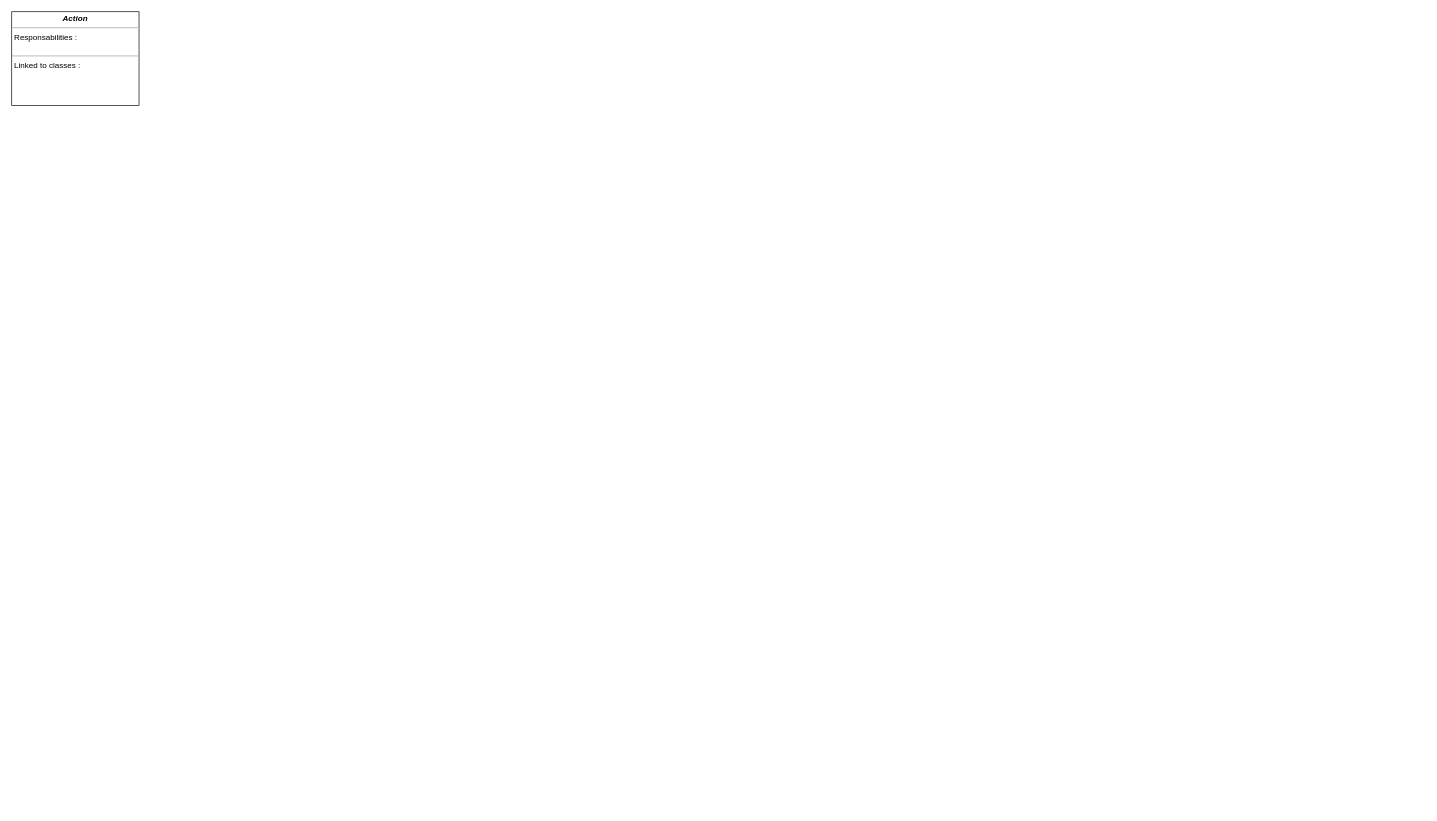
Earlier version of the draw.io diagram docs/CRC/CRC-Client.drawio (Projet-Java-ENSTA-Bretagne/Projet-Conception-Logicielle). Source tidied: cells renumbered, new cells numbered last; positions are measured from the earlier drawing's top-left corner, leaving out a move shared by most shapes. Both pictures are drawn from the tidied source at 67%, with x=0, y=0 at pixel (11, 11).
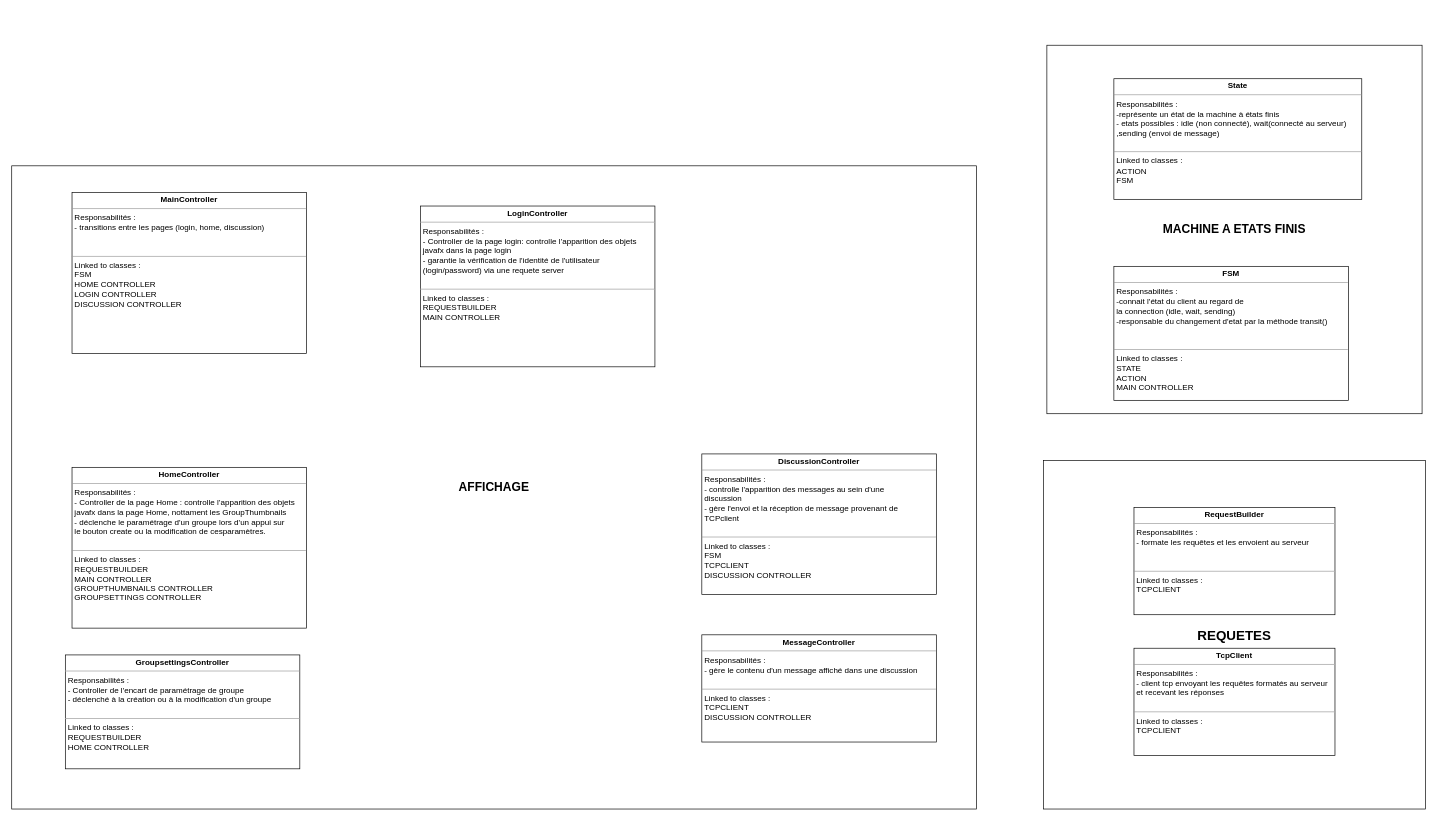
Above is the later version.

Commit message (it also covers changes not shown here):
CRC client

Diff of the diagram source:
```diff
@@
 <mxGraphModel>
   <root>
     <mxCell id="0" />
     <mxCell id="1" parent="0" />
-    <mxCell id="2" value="&lt;p style=&quot;margin: 0px ; margin-top: 4px ; text-align: center&quot;&gt;&lt;i&gt;&lt;b&gt;Action&lt;/b&gt;&lt;/i&gt;&lt;b&gt;&lt;/b&gt;&lt;/p&gt;&lt;hr size=&quot;1&quot;&gt;&lt;p style=&quot;margin: 0px ; margin-left: 4px&quot;&gt;Responsabilities : &lt;br&gt;&lt;br&gt;&lt;/p&gt;&lt;hr size=&quot;1&quot;&gt;&lt;p style=&quot;margin: 0px ; margin-left: 4px&quot;&gt;Linked to classes : &lt;br&gt;&lt;br&gt;&lt;/p&gt;" style="verticalAlign=top;align=left;overflow=fill;fontSize=12;fontFamily=Helvetica;html=1;" parent="1" vertex="1">
-      <mxGeometry width="190" height="140" as="geometry" />
-    </mxCell>
+    <mxCell id="3" value="&lt;font style=&quot;font-size: 18px&quot;&gt;&lt;b&gt;MACHINE A ETATS FINIS&lt;/b&gt;&lt;/font&gt;" style="rounded=0;whiteSpace=wrap;html=1;" parent="1" vertex="1">
+      <mxGeometry x="1545" y="50" width="560" height="550" as="geometry" />
+    </mxCell>
+    <mxCell id="4" value="&lt;b&gt;&lt;font style=&quot;font-size: 18px&quot;&gt;AFFICHAGE&lt;/font&gt;&lt;/b&gt;" style="rounded=0;whiteSpace=wrap;html=1;" parent="1" vertex="1">
+      <mxGeometry y="230" width="1440" height="960" as="geometry" />
+    </mxCell>
+    <mxCell id="5" value="&lt;b&gt;&lt;font style=&quot;font-size: 20px&quot;&gt;REQUETES&lt;/font&gt;&lt;/b&gt;" style="rounded=0;whiteSpace=wrap;html=1;" parent="1" vertex="1">
+      <mxGeometry x="1540" y="670" width="570" height="520" as="geometry" />
+    </mxCell>
+    <mxCell id="6" value="&lt;p style=&quot;margin: 0px ; margin-top: 4px ; text-align: center&quot;&gt;&lt;b&gt;FSM&lt;/b&gt;&lt;/p&gt;&lt;hr size=&quot;1&quot;&gt;&lt;p style=&quot;margin: 0px ; margin-left: 4px&quot;&gt;Responsabilités : &lt;br&gt;&lt;/p&gt;&lt;p style=&quot;margin: 0px ; margin-left: 4px&quot;&gt;-connait l'état du client au regard de &lt;br&gt;&lt;/p&gt;&lt;p style=&quot;margin: 0px ; margin-left: 4px&quot;&gt;la connection (idle, wait, sending)&lt;/p&gt;&lt;p style=&quot;margin: 0px ; margin-left: 4px&quot;&gt;-responsable du changement d'etat par la méthode transit()&lt;br&gt;&lt;/p&gt;&lt;p style=&quot;margin: 0px ; margin-left: 4px&quot;&gt;&lt;br&gt;&lt;/p&gt;&lt;p style=&quot;margin: 0px ; margin-left: 4px&quot;&gt;&lt;br&gt;&lt;/p&gt;&lt;hr size=&quot;1&quot;&gt;&lt;p style=&quot;margin: 0px ; margin-left: 4px&quot;&gt;Linked to classes : &lt;br&gt;&lt;/p&gt;&lt;p style=&quot;margin: 0px ; margin-left: 4px&quot;&gt;STATE&lt;/p&gt;&lt;p style=&quot;margin: 0px ; margin-left: 4px&quot;&gt;ACTION&lt;/p&gt;&lt;p style=&quot;margin: 0px ; margin-left: 4px&quot;&gt;MAIN CONTROLLER&lt;/p&gt;" style="verticalAlign=top;align=left;overflow=fill;fontSize=12;fontFamily=Helvetica;html=1;" parent="1" vertex="1">
+      <mxGeometry x="1645" y="380" width="350" height="200" as="geometry" />
+    </mxCell>
+    <mxCell id="7" value="&lt;p style=&quot;margin: 0px ; margin-top: 4px ; text-align: center&quot;&gt;&lt;b&gt;MainController&lt;/b&gt;&lt;br&gt;&lt;/p&gt;&lt;hr size=&quot;1&quot;&gt;&lt;p style=&quot;margin: 0px ; margin-left: 4px&quot;&gt;Responsabilités : &lt;br&gt;&lt;/p&gt;&lt;p style=&quot;margin: 0px ; margin-left: 4px&quot;&gt;- transitions entre les pages (login, home, discussion) &lt;br&gt;&lt;/p&gt;&lt;p style=&quot;margin: 0px ; margin-left: 4px&quot;&gt;&lt;br&gt;&lt;/p&gt;&lt;p style=&quot;margin: 0px ; margin-left: 4px&quot;&gt;&lt;br&gt;&lt;/p&gt;&lt;hr size=&quot;1&quot;&gt;&lt;p style=&quot;margin: 0px ; margin-left: 4px&quot;&gt;Linked to classes : &lt;br&gt;&lt;/p&gt;&lt;p style=&quot;margin: 0px ; margin-left: 4px&quot;&gt;FSM&lt;/p&gt;&lt;p style=&quot;margin: 0px ; margin-left: 4px&quot;&gt;HOME CONTROLLER&lt;br&gt;&lt;/p&gt;&lt;p style=&quot;margin: 0px ; margin-left: 4px&quot;&gt;LOGIN CONTROLLER&lt;/p&gt;&lt;p style=&quot;margin: 0px ; margin-left: 4px&quot;&gt;DISCUSSION CONTROLLER&lt;br&gt;&lt;/p&gt;" style="verticalAlign=top;align=left;overflow=fill;fontSize=12;fontFamily=Helvetica;html=1;" parent="1" vertex="1">
+      <mxGeometry x="90" y="270" width="350" height="240" as="geometry" />
+    </mxCell>
+    <mxCell id="8" value="&lt;p style=&quot;margin: 0px ; margin-top: 4px ; text-align: center&quot;&gt;&lt;b&gt;HomeController&lt;/b&gt;&lt;br&gt;&lt;/p&gt;&lt;hr size=&quot;1&quot;&gt;&lt;p style=&quot;margin: 0px ; margin-left: 4px&quot;&gt;Responsabilités : &lt;br&gt;&lt;/p&gt;&lt;p style=&quot;margin: 0px ; margin-left: 4px&quot;&gt;- Controller de la page Home : controlle l’apparition des objets &lt;br&gt;&lt;/p&gt;&lt;p style=&quot;margin: 0px ; margin-left: 4px&quot;&gt;javafx dans la page Home, nottament les GroupThumbnails&lt;/p&gt;&lt;p style=&quot;margin: 0px ; margin-left: 4px&quot;&gt;- déclenche le paramétrage d'un groupe lors d'un appui sur&lt;/p&gt;&lt;p style=&quot;margin: 0px ; margin-left: 4px&quot;&gt; le bouton create ou la modification de cesparamètres. &lt;br&gt;&lt;/p&gt;&lt;p style=&quot;margin: 0px ; margin-left: 4px&quot;&gt;&lt;br&gt;&lt;/p&gt;&lt;hr size=&quot;1&quot;&gt;&lt;p style=&quot;margin: 0px ; margin-left: 4px&quot;&gt;Linked to classes : &lt;br&gt;&lt;/p&gt;&lt;p style=&quot;margin: 0px ; margin-left: 4px&quot;&gt;REQUESTBUILDER&lt;br&gt;&lt;/p&gt;&lt;p style=&quot;margin: 0px ; margin-left: 4px&quot;&gt;MAIN CONTROLLER&lt;/p&gt;&lt;p style=&quot;margin: 0px ; margin-left: 4px&quot;&gt;GROUPTHUMBNAILS CONTROLLER&lt;/p&gt;&lt;p style=&quot;margin: 0px ; margin-left: 4px&quot;&gt;GROUPSETTINGS CONTROLLER&lt;br&gt;&lt;/p&gt;" style="verticalAlign=top;align=left;overflow=fill;fontSize=12;fontFamily=Helvetica;html=1;" parent="1" vertex="1">
+      <mxGeometry x="90" y="680" width="350" height="240" as="geometry" />
+    </mxCell>
+    <mxCell id="9" value="&lt;p style=&quot;margin: 0px ; margin-top: 4px ; text-align: center&quot;&gt;&lt;b&gt;LoginController&lt;/b&gt;&lt;br&gt;&lt;/p&gt;&lt;hr size=&quot;1&quot;&gt;&lt;p style=&quot;margin: 0px ; margin-left: 4px&quot;&gt;Responsabilités : &lt;br&gt;&lt;/p&gt;&lt;p style=&quot;margin: 0px ; margin-left: 4px&quot;&gt;- Controller de la page login: controlle l’apparition des objets &lt;br&gt;&lt;/p&gt;&lt;p style=&quot;margin: 0px ; margin-left: 4px&quot;&gt;javafx dans la page login&lt;/p&gt;&lt;p style=&quot;margin: 0px ; margin-left: 4px&quot;&gt;- garantie la vérification de l'identité de l'utilisateur &lt;br&gt;&lt;/p&gt;&lt;p style=&quot;margin: 0px ; margin-left: 4px&quot;&gt;(login/password) via une requete server&lt;br&gt;&lt;/p&gt;&lt;p style=&quot;margin: 0px ; margin-left: 4px&quot;&gt;&lt;br&gt;&lt;/p&gt;&lt;hr size=&quot;1&quot;&gt;&lt;p style=&quot;margin: 0px ; margin-left: 4px&quot;&gt;Linked to classes : &lt;br&gt;&lt;/p&gt;&lt;p style=&quot;margin: 0px ; margin-left: 4px&quot;&gt;REQUESTBUILDER&lt;br&gt;&lt;/p&gt;&lt;p style=&quot;margin: 0px ; margin-left: 4px&quot;&gt;MAIN CONTROLLER&lt;/p&gt;" style="verticalAlign=top;align=left;overflow=fill;fontSize=12;fontFamily=Helvetica;html=1;" parent="1" vertex="1">
+      <mxGeometry x="610" y="290" width="350" height="240" as="geometry" />
+    </mxCell>
+    <mxCell id="10" value="&lt;p style=&quot;margin: 0px ; margin-top: 4px ; text-align: center&quot;&gt;&lt;b&gt;RequestBuilder&lt;/b&gt;&lt;br&gt;&lt;/p&gt;&lt;hr size=&quot;1&quot;&gt;&lt;p style=&quot;margin: 0px ; margin-left: 4px&quot;&gt;Responsabilités : &lt;br&gt;&lt;/p&gt;&lt;p style=&quot;margin: 0px ; margin-left: 4px&quot;&gt;- formate les requêtes et les envoient au serveur&lt;br&gt;&lt;/p&gt;&lt;br&gt;&lt;p style=&quot;margin: 0px ; margin-left: 4px&quot;&gt;&lt;br&gt;&lt;/p&gt;&lt;hr size=&quot;1&quot;&gt;&lt;p style=&quot;margin: 0px ; margin-left: 4px&quot;&gt;Linked to classes : &lt;br&gt;&lt;/p&gt;&lt;p style=&quot;margin: 0px ; margin-left: 4px&quot;&gt;TCPCLIENT&lt;br&gt;&lt;/p&gt;" style="verticalAlign=top;align=left;overflow=fill;fontSize=12;fontFamily=Helvetica;html=1;" parent="1" vertex="1">
+      <mxGeometry x="1675" y="740" width="300" height="160" as="geometry" />
+    </mxCell>
+    <mxCell id="11" value="&lt;p style=&quot;margin: 0px ; margin-top: 4px ; text-align: center&quot;&gt;&lt;b&gt;TcpClient&lt;/b&gt;&lt;br&gt;&lt;/p&gt;&lt;hr size=&quot;1&quot;&gt;&lt;p style=&quot;margin: 0px ; margin-left: 4px&quot;&gt;Responsabilités : &lt;br&gt;&lt;/p&gt;&lt;p style=&quot;margin: 0px ; margin-left: 4px&quot;&gt;- client tcp envoyant les requêtes formatés au serveur&lt;/p&gt;&lt;p style=&quot;margin: 0px ; margin-left: 4px&quot;&gt;et recevant les réponses&lt;/p&gt;&lt;p style=&quot;margin: 0px ; margin-left: 4px&quot;&gt;&lt;br&gt;&lt;/p&gt;&lt;hr size=&quot;1&quot;&gt;&lt;p style=&quot;margin: 0px ; margin-left: 4px&quot;&gt;Linked to classes : &lt;br&gt;&lt;/p&gt;&lt;p style=&quot;margin: 0px ; margin-left: 4px&quot;&gt;TCPCLIENT&lt;br&gt;&lt;/p&gt;" style="verticalAlign=top;align=left;overflow=fill;fontSize=12;fontFamily=Helvetica;html=1;" parent="1" vertex="1">
+      <mxGeometry x="1675" y="950" width="300" height="160" as="geometry" />
+    </mxCell>
+    <mxCell id="12" value="&lt;p style=&quot;margin: 0px ; margin-top: 4px ; text-align: center&quot;&gt;&lt;b&gt;DiscussionController&lt;/b&gt;&lt;br&gt;&lt;/p&gt;&lt;hr size=&quot;1&quot;&gt;&lt;p style=&quot;margin: 0px ; margin-left: 4px&quot;&gt;Responsabilités : &lt;br&gt;&lt;/p&gt;&lt;p style=&quot;margin: 0px ; margin-left: 4px&quot;&gt;- controlle l'apparition des messages au sein d'une &lt;br&gt;&lt;/p&gt;&lt;p style=&quot;margin: 0px ; margin-left: 4px&quot;&gt;discussion&lt;/p&gt;&lt;p style=&quot;margin: 0px ; margin-left: 4px&quot;&gt;- gère l'envoi et la réception de message provenant de &lt;br&gt;&lt;/p&gt;&lt;p style=&quot;margin: 0px ; margin-left: 4px&quot;&gt;TCPclient&lt;br&gt;&lt;/p&gt;&lt;p style=&quot;margin: 0px ; margin-left: 4px&quot;&gt;&lt;br&gt;&lt;/p&gt;&lt;hr size=&quot;1&quot;&gt;&lt;p style=&quot;margin: 0px ; margin-left: 4px&quot;&gt;Linked to classes : &lt;br&gt;&lt;/p&gt;&lt;p style=&quot;margin: 0px ; margin-left: 4px&quot;&gt;FSM&lt;/p&gt;&lt;p style=&quot;margin: 0px ; margin-left: 4px&quot;&gt;TCPCLIENT&lt;br&gt;&lt;/p&gt;&lt;p style=&quot;margin: 0px ; margin-left: 4px&quot;&gt;DISCUSSION CONTROLLER&lt;br&gt;&lt;/p&gt;" style="verticalAlign=top;align=left;overflow=fill;fontSize=12;fontFamily=Helvetica;html=1;" parent="1" vertex="1">
+      <mxGeometry x="1030" y="660" width="350" height="210" as="geometry" />
+    </mxCell>
+    <mxCell id="13" value="&lt;p style=&quot;margin: 0px ; margin-top: 4px ; text-align: center&quot;&gt;&lt;b&gt;MessageController&lt;/b&gt;&lt;br&gt;&lt;/p&gt;&lt;hr size=&quot;1&quot;&gt;&lt;p style=&quot;margin: 0px ; margin-left: 4px&quot;&gt;Responsabilités : &lt;br&gt;&lt;/p&gt;&lt;p style=&quot;margin: 0px ; margin-left: 4px&quot;&gt;- gère le contenu d'un message affiché dans une discussion&lt;br&gt;&lt;/p&gt;&lt;p style=&quot;margin: 0px ; margin-left: 4px&quot;&gt;&lt;br&gt;&lt;/p&gt;&lt;hr size=&quot;1&quot;&gt;&lt;p style=&quot;margin: 0px ; margin-left: 4px&quot;&gt;Linked to classes : &lt;br&gt;&lt;/p&gt;&lt;p style=&quot;margin: 0px ; margin-left: 4px&quot;&gt;TCPCLIENT&lt;br&gt;&lt;/p&gt;&lt;p style=&quot;margin: 0px ; margin-left: 4px&quot;&gt;DISCUSSION CONTROLLER&lt;br&gt;&lt;/p&gt;" style="verticalAlign=top;align=left;overflow=fill;fontSize=12;fontFamily=Helvetica;html=1;" parent="1" vertex="1">
+      <mxGeometry x="1030" y="930" width="350" height="160" as="geometry" />
+    </mxCell>
+    <mxCell id="14" value="&lt;p style=&quot;margin: 0px ; margin-top: 4px ; text-align: center&quot;&gt;&lt;b&gt;State&lt;/b&gt;&lt;/p&gt;&lt;hr size=&quot;1&quot;&gt;&lt;p style=&quot;margin: 0px ; margin-left: 4px&quot;&gt;Responsabilités : &lt;br&gt;&lt;/p&gt;&lt;p style=&quot;margin: 0px ; margin-left: 4px&quot;&gt;-représente un état de la machine à états finis &lt;br&gt;&lt;/p&gt;&lt;p style=&quot;margin: 0px ; margin-left: 4px&quot;&gt;- etats possibles : idle (non connecté), wait(connecté au serveur)&lt;/p&gt;&lt;p style=&quot;margin: 0px ; margin-left: 4px&quot;&gt;,sending (envoi de message)&lt;br&gt;&lt;/p&gt;&lt;p style=&quot;margin: 0px ; margin-left: 4px&quot;&gt;&lt;br&gt;&lt;/p&gt;&lt;hr size=&quot;1&quot;&gt;&lt;p style=&quot;margin: 0px ; margin-left: 4px&quot;&gt;Linked to classes : &lt;br&gt;&lt;/p&gt;&lt;p style=&quot;margin: 0px ; margin-left: 4px&quot;&gt;ACTION&lt;/p&gt;&lt;p style=&quot;margin: 0px ; margin-left: 4px&quot;&gt;FSM&lt;/p&gt;" style="verticalAlign=top;align=left;overflow=fill;fontSize=12;fontFamily=Helvetica;html=1;" parent="1" vertex="1">
+      <mxGeometry x="1645" y="100" width="370" height="180" as="geometry" />
+    </mxCell>
+    <mxCell id="15" value="&lt;p style=&quot;margin: 0px ; margin-top: 4px ; text-align: center&quot;&gt;&lt;b&gt;GroupsettingsController&lt;/b&gt;&lt;br&gt;&lt;/p&gt;&lt;hr size=&quot;1&quot;&gt;&lt;p style=&quot;margin: 0px ; margin-left: 4px&quot;&gt;Responsabilités : &lt;br&gt;&lt;/p&gt;&lt;p style=&quot;margin: 0px ; margin-left: 4px&quot;&gt;- Controller de l'encart de paramétrage de groupe&lt;br&gt;&lt;/p&gt;&lt;p style=&quot;margin: 0px ; margin-left: 4px&quot;&gt;- déclenché à la création ou à la modification d'un groupe&lt;br&gt;&lt;/p&gt;&lt;p style=&quot;margin: 0px ; margin-left: 4px&quot;&gt;&lt;br&gt;&lt;/p&gt;&lt;hr size=&quot;1&quot;&gt;&lt;p style=&quot;margin: 0px ; margin-left: 4px&quot;&gt;Linked to classes : &lt;br&gt;&lt;/p&gt;&lt;p style=&quot;margin: 0px ; margin-left: 4px&quot;&gt;REQUESTBUILDER&lt;br&gt;&lt;/p&gt;&lt;p style=&quot;margin: 0px ; margin-left: 4px&quot;&gt;HOME CONTROLLER&lt;br&gt;&lt;/p&gt;" style="verticalAlign=top;align=left;overflow=fill;fontSize=12;fontFamily=Helvetica;html=1;" parent="1" vertex="1">
+      <mxGeometry x="80" y="960" width="350" height="170" as="geometry" />
+    </mxCell>
   </root>
 </mxGraphModel>
```
